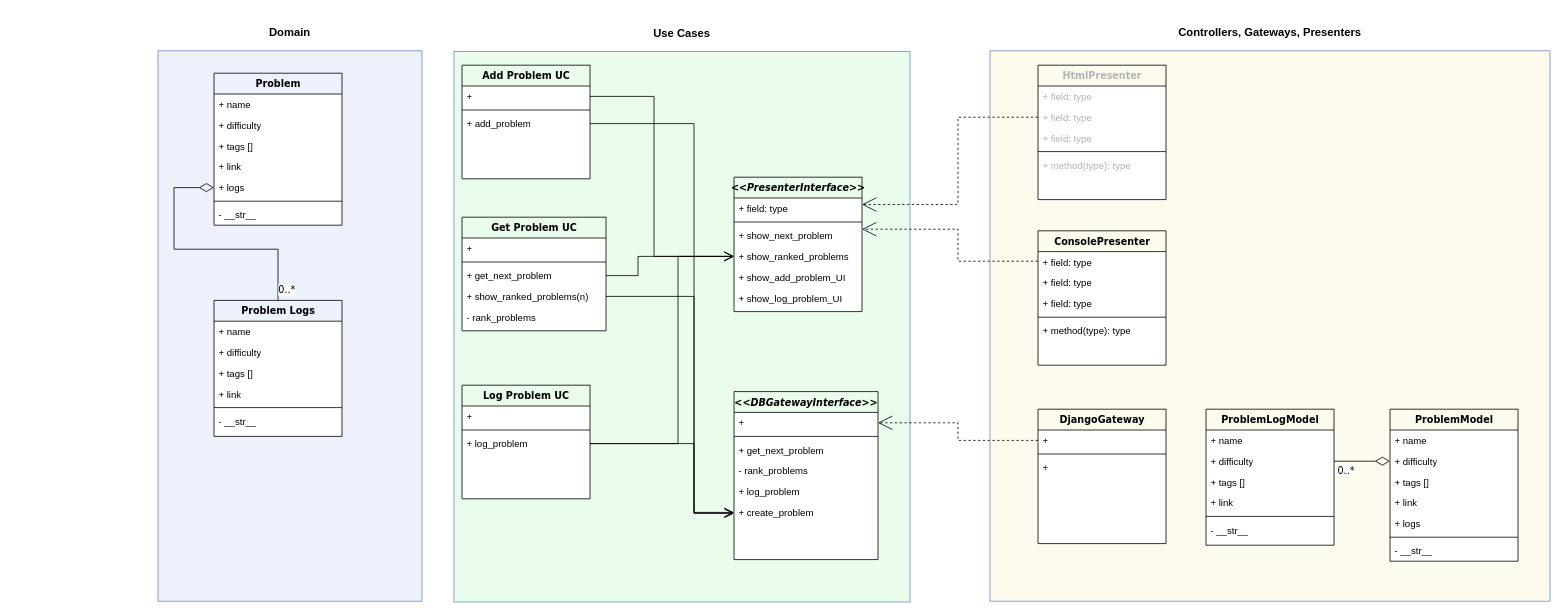
Earlier version of the draw.io diagram docs/class_diagram.drawio (MBlistein/spaced-repetition). Source tidied: cells renumbered, new cells numbered last; positions are measured from the earlier drawing's top-left corner, leaving out a move shared by most shapes. Both pictures are drawn from the tidied source at 80%, with x=0, y=0 at pixel (158, 50).
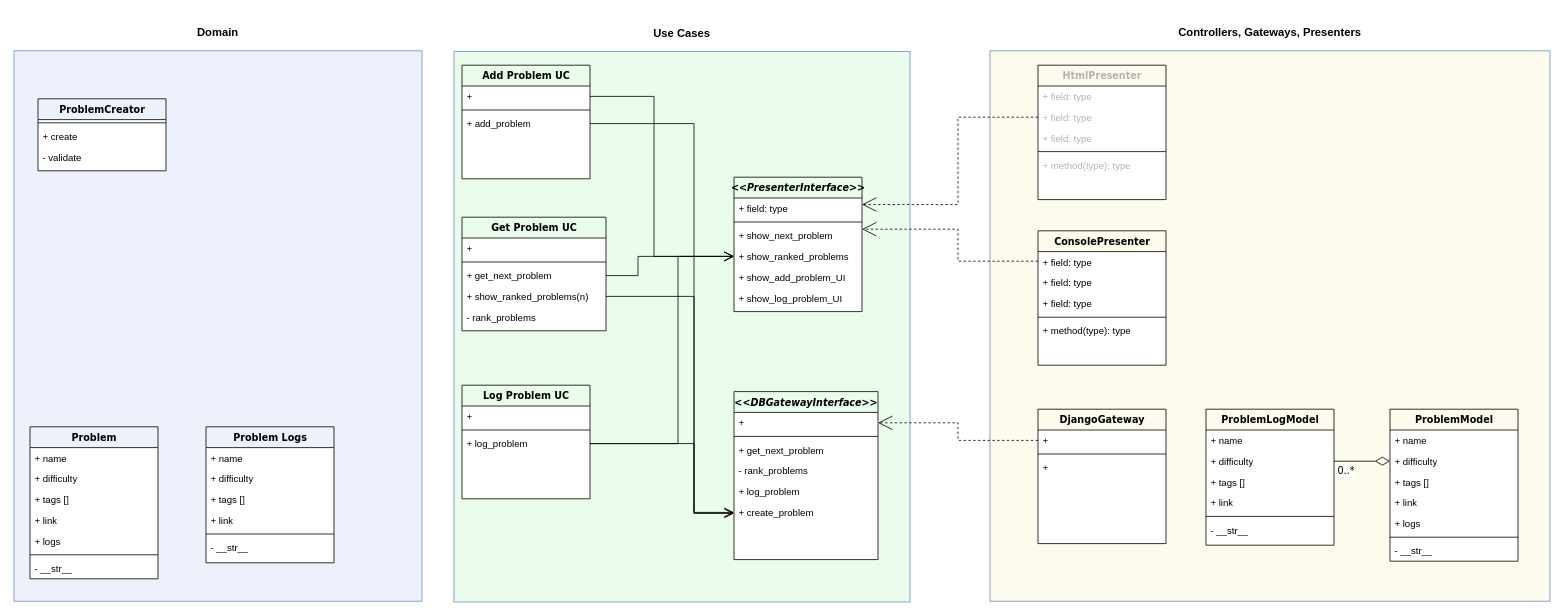
After the change.

Unchanged cells that the change refers to:
```xml
<mxCell id="14" value="+ logs" style="text;html=1;strokeColor=none;fillColor=none;align=left;verticalAlign=top;spacingLeft=4;spacingRight=4;whiteSpace=wrap;overflow=hidden;points=[[0,0.5],[1,0.5]];portConstraint=eastwest;" parent="9" vertex="1">
  <mxGeometry y="130" width="160" height="26" as="geometry" />
</mxCell>
```

What changed in the source:
```diff
@@
     <mxCell id="3" value="&lt;h3&gt;Domain&lt;/h3&gt;" style="rounded=0;whiteSpace=wrap;html=1;strokeColor=#6c8ebf;fillColor=#EDF1FC;align=center;labelPosition=center;verticalLabelPosition=top;verticalAlign=bottom;spacing=0;" parent="1" vertex="1">
-      <mxGeometry width="330" height="688" as="geometry" />
+      <mxGeometry x="-180" width="510" height="688" as="geometry" />
     </mxCell>
@@
     <mxCell id="9" value="Problem" style="swimlane;html=1;fontStyle=1;align=center;verticalAlign=top;horizontal=1;startSize=26;swimlaneFillColor=#ffffff;rounded=0;shadow=0;comic=0;labelBackgroundColor=none;strokeWidth=1;fillColor=none;fontFamily=Verdana;fontSize=12;" parent="1" vertex="1">
-      <mxGeometry x="70" y="28" width="160" height="190" as="geometry" />
+      <mxGeometry x="-160" y="470" width="160" height="190" as="geometry" />
     </mxCell>
@@
     <mxCell id="17" value="Problem Logs" style="swimlane;html=1;fontStyle=1;align=center;verticalAlign=top;horizontal=1;startSize=26;swimlaneFillColor=#ffffff;rounded=0;shadow=0;comic=0;labelBackgroundColor=none;strokeWidth=1;fillColor=none;fontFamily=Verdana;fontSize=12;" parent="1" vertex="1">
-      <mxGeometry x="70" y="312" width="160" height="170" as="geometry" />
+      <mxGeometry x="60" y="470" width="160" height="170" as="geometry" />
     </mxCell>
@@
-    <mxCell id="24" style="edgeStyle=orthogonalEdgeStyle;rounded=0;html=1;labelBackgroundColor=none;startArrow=none;startFill=0;startSize=8;endArrow=diamondThin;endFill=0;endSize=16;fontFamily=Verdana;fontSize=12;entryX=0;entryY=0.5;entryDx=0;entryDy=0;exitX=0.5;exitY=0;exitDx=0;exitDy=0;" parent="1" edge="1" source="17" target="14">
-      <mxGeometry relative="1" as="geometry">
-        <Array as="points">
-          <mxPoint x="150" y="248" />
-          <mxPoint x="20" y="248" />
-          <mxPoint x="20" y="171" />
-        </Array>
-      </mxGeometry>
-    </mxCell>
-    <mxCell id="25" value="0..*" style="text;html=1;align=center;verticalAlign=middle;labelBackgroundColor=#ffffff;fontSize=12;fontFamily=Verdana;" parent="24" vertex="1">
-      <mxGeometry x="-0.85" y="-1" relative="1" as="geometry">
-        <mxPoint x="9" y="10.6" as="offset" />
-      </mxGeometry>
-    </mxCell>
@@
+    <mxCell id="92" value="ProblemCreator" style="swimlane;html=1;fontStyle=1;align=center;verticalAlign=top;horizontal=1;startSize=26;swimlaneFillColor=#ffffff;rounded=0;shadow=0;comic=0;labelBackgroundColor=none;strokeWidth=1;fillColor=none;fontFamily=Verdana;fontSize=12;" parent="1" vertex="1">
+      <mxGeometry x="-150" y="60" width="160" height="90" as="geometry" />
+    </mxCell>
+    <mxCell id="93" style="line;html=1;strokeWidth=1;fillColor=none;align=left;verticalAlign=middle;spacingTop=-1;spacingLeft=3;spacingRight=3;labelPosition=right;" parent="92" vertex="1">
+      <mxGeometry y="26" width="160" height="8" as="geometry" />
+    </mxCell>
+    <mxCell id="94" value="+ create" style="text;html=1;strokeColor=none;fillColor=none;align=left;verticalAlign=top;spacingLeft=4;spacingRight=4;whiteSpace=wrap;overflow=hidden;" parent="92" vertex="1">
+      <mxGeometry y="34" width="160" height="26" as="geometry" />
+    </mxCell>
+    <mxCell id="95" value="- validate" style="text;html=1;strokeColor=none;fillColor=none;align=left;verticalAlign=top;spacingLeft=4;spacingRight=4;whiteSpace=wrap;overflow=hidden;" parent="92" vertex="1">
+      <mxGeometry y="60" width="160" height="26" as="geometry" />
+    </mxCell>
```
